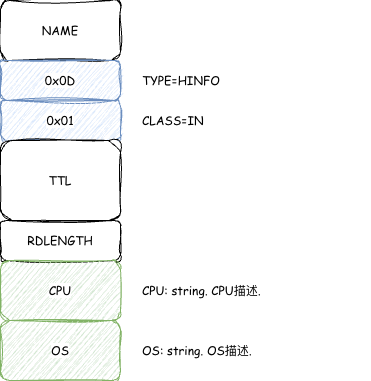
Before: source/_posts/DNSScheme/hinfo.png, a diagram exported from draw.io (theo1893/theo1893.github.io). Source tidied: cells renumbered, new cells last; positions are measured from the earlier drawing's top-left corner, leaving out a move shared by most shapes.
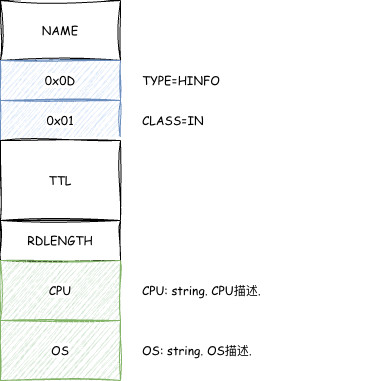
Above is the later version.

Diff of the diagram source:
```diff
@@ -2,22 +2,22 @@
   <root>
     <mxCell id="0" />
     <mxCell id="1" parent="0" />
-    <mxCell id="2" value="NAME" style="rounded=1;whiteSpace=wrap;html=1;sketch=1;jiggle=2;curveFitting=1;strokeColor=default;align=center;verticalAlign=middle;fontFamily=Comic Sans MS;fontSize=12;fontColor=default;labelBackgroundColor=default;fillColor=default;" parent="1" vertex="1">
+    <mxCell id="2" value="NAME" style="rounded=0;whiteSpace=wrap;html=1;sketch=1;jiggle=2;curveFitting=1;strokeColor=default;align=center;verticalAlign=middle;fontFamily=Comic Sans MS;fontSize=12;fontColor=default;labelBackgroundColor=default;fillColor=default;" parent="1" vertex="1">
       <mxGeometry width="120" height="60" as="geometry" />
     </mxCell>
-    <mxCell id="3" value="0x0D" style="rounded=1;whiteSpace=wrap;html=1;sketch=1;jiggle=2;curveFitting=1;strokeColor=#6c8ebf;align=center;verticalAlign=middle;fontFamily=Comic Sans MS;fontSize=12;labelBackgroundColor=default;fillColor=#dae8fc;" parent="1" vertex="1">
+    <mxCell id="3" value="0x0D" style="rounded=0;whiteSpace=wrap;html=1;sketch=1;jiggle=2;curveFitting=1;strokeColor=#6c8ebf;align=center;verticalAlign=middle;fontFamily=Comic Sans MS;fontSize=12;labelBackgroundColor=default;fillColor=#dae8fc;" parent="1" vertex="1">
       <mxGeometry y="60" width="120" height="40" as="geometry" />
     </mxCell>
-    <mxCell id="4" value="0x01" style="rounded=1;whiteSpace=wrap;html=1;sketch=1;jiggle=2;curveFitting=1;strokeColor=#6c8ebf;align=center;verticalAlign=middle;fontFamily=Comic Sans MS;fontSize=12;labelBackgroundColor=default;fillColor=#dae8fc;" parent="1" vertex="1">
+    <mxCell id="4" value="0x01" style="rounded=0;whiteSpace=wrap;html=1;sketch=1;jiggle=2;curveFitting=1;strokeColor=#6c8ebf;align=center;verticalAlign=middle;fontFamily=Comic Sans MS;fontSize=12;labelBackgroundColor=default;fillColor=#dae8fc;" parent="1" vertex="1">
       <mxGeometry y="100" width="120" height="40" as="geometry" />
     </mxCell>
-    <mxCell id="5" value="TTL" style="rounded=1;whiteSpace=wrap;html=1;sketch=1;jiggle=2;curveFitting=1;strokeColor=default;align=center;verticalAlign=middle;fontFamily=Comic Sans MS;fontSize=12;fontColor=default;labelBackgroundColor=default;fillColor=default;" parent="1" vertex="1">
+    <mxCell id="5" value="TTL" style="rounded=0;whiteSpace=wrap;html=1;sketch=1;jiggle=2;curveFitting=1;strokeColor=default;align=center;verticalAlign=middle;fontFamily=Comic Sans MS;fontSize=12;fontColor=default;labelBackgroundColor=default;fillColor=default;" parent="1" vertex="1">
       <mxGeometry y="140" width="120" height="80" as="geometry" />
     </mxCell>
-    <mxCell id="6" value="RDLENGTH" style="rounded=1;whiteSpace=wrap;html=1;sketch=1;jiggle=2;curveFitting=1;strokeColor=default;align=center;verticalAlign=middle;fontFamily=Comic Sans MS;fontSize=12;fontColor=default;labelBackgroundColor=default;fillColor=default;" parent="1" vertex="1">
+    <mxCell id="6" value="RDLENGTH" style="rounded=0;whiteSpace=wrap;html=1;sketch=1;jiggle=2;curveFitting=1;strokeColor=default;align=center;verticalAlign=middle;fontFamily=Comic Sans MS;fontSize=12;fontColor=default;labelBackgroundColor=default;fillColor=default;" parent="1" vertex="1">
       <mxGeometry y="220" width="120" height="40" as="geometry" />
     </mxCell>
-    <mxCell id="7" value="CPU" style="rounded=1;whiteSpace=wrap;html=1;sketch=1;jiggle=2;curveFitting=1;strokeColor=#82b366;align=center;verticalAlign=middle;fontFamily=Comic Sans MS;fontSize=12;labelBackgroundColor=default;fillColor=#d5e8d4;" parent="1" vertex="1">
+    <mxCell id="7" value="CPU" style="rounded=0;whiteSpace=wrap;html=1;sketch=1;jiggle=2;curveFitting=1;strokeColor=#82b366;align=center;verticalAlign=middle;fontFamily=Comic Sans MS;fontSize=12;labelBackgroundColor=default;fillColor=#d5e8d4;" parent="1" vertex="1">
       <mxGeometry y="260" width="120" height="60" as="geometry" />
     </mxCell>
     <mxCell id="8" value="CPU: string. CPU描述." style="text;html=1;whiteSpace=wrap;strokeColor=none;fillColor=none;align=left;verticalAlign=middle;rounded=0;fontFamily=Comic Sans MS;fontSize=12;fontColor=default;labelBackgroundColor=default;" parent="1" vertex="1">
@@ -29,7 +29,7 @@
     <mxCell id="10" value="TYPE=HINFO" style="text;html=1;whiteSpace=wrap;strokeColor=none;fillColor=none;align=left;verticalAlign=middle;rounded=0;fontFamily=Comic Sans MS;fontSize=12;fontColor=default;labelBackgroundColor=default;" parent="1" vertex="1">
       <mxGeometry x="140" y="65" width="230" height="30" as="geometry" />
     </mxCell>
-    <mxCell id="11" value="OS" style="rounded=1;whiteSpace=wrap;html=1;sketch=1;jiggle=2;curveFitting=1;strokeColor=#82b366;align=center;verticalAlign=middle;fontFamily=Comic Sans MS;fontSize=12;labelBackgroundColor=default;fillColor=#d5e8d4;" parent="1" vertex="1">
+    <mxCell id="11" value="OS" style="rounded=0;whiteSpace=wrap;html=1;sketch=1;jiggle=2;curveFitting=1;strokeColor=#82b366;align=center;verticalAlign=middle;fontFamily=Comic Sans MS;fontSize=12;labelBackgroundColor=default;fillColor=#d5e8d4;" parent="1" vertex="1">
       <mxGeometry y="320" width="120" height="60" as="geometry" />
     </mxCell>
     <mxCell id="12" value="OS: string. OS描述." style="text;html=1;whiteSpace=wrap;strokeColor=none;fillColor=none;align=left;verticalAlign=middle;rounded=0;fontFamily=Comic Sans MS;fontSize=12;fontColor=default;labelBackgroundColor=default;" parent="1" vertex="1">
```
